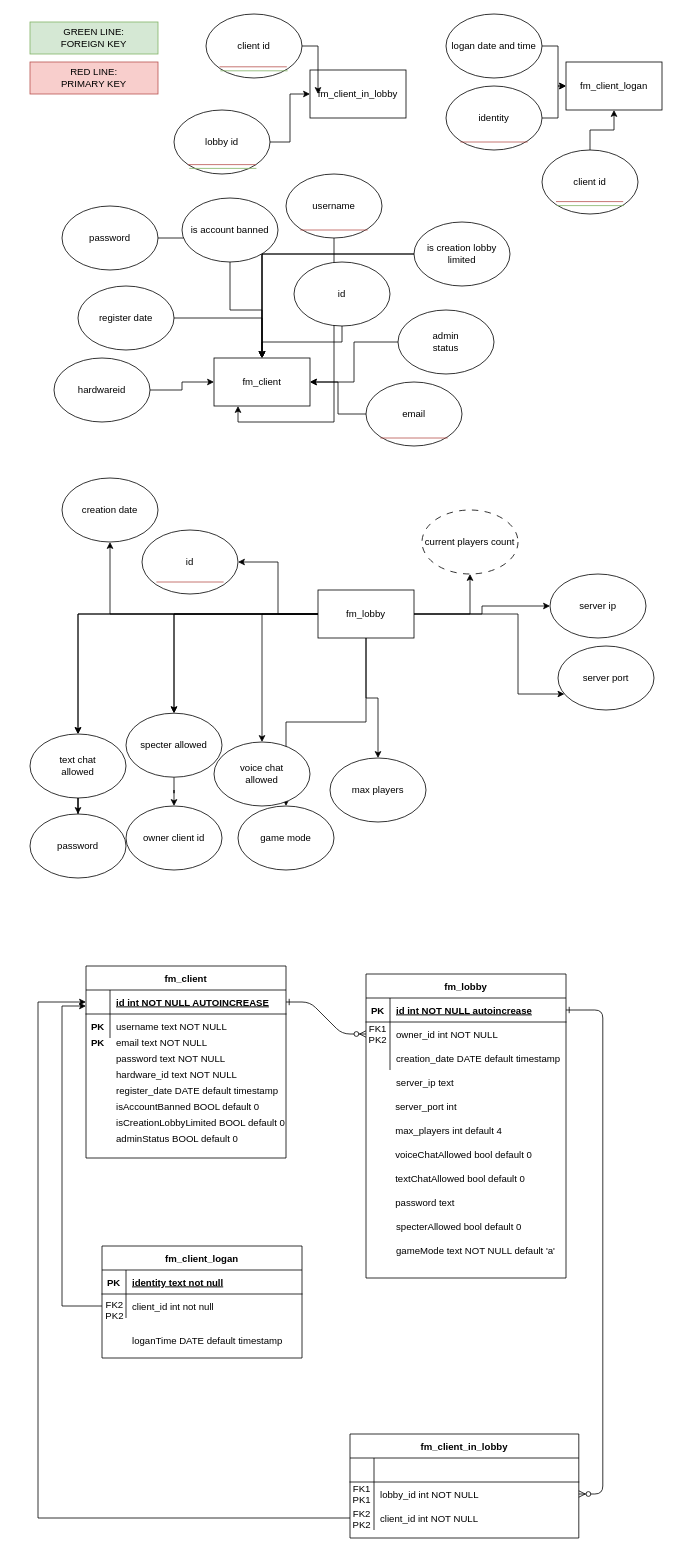
Before: docs/database/server/server-database.drawio in turnaduw/fluffyMultiplayer, a draw.io diagram. Source tidied: cells renumbered, new cells numbered last; positions are measured from the earlier drawing's top-left corner, leaving out a move shared by most shapes. Both pictures are drawn from the tidied source at 80%, with x=0, y=0 at pixel (30, 14).
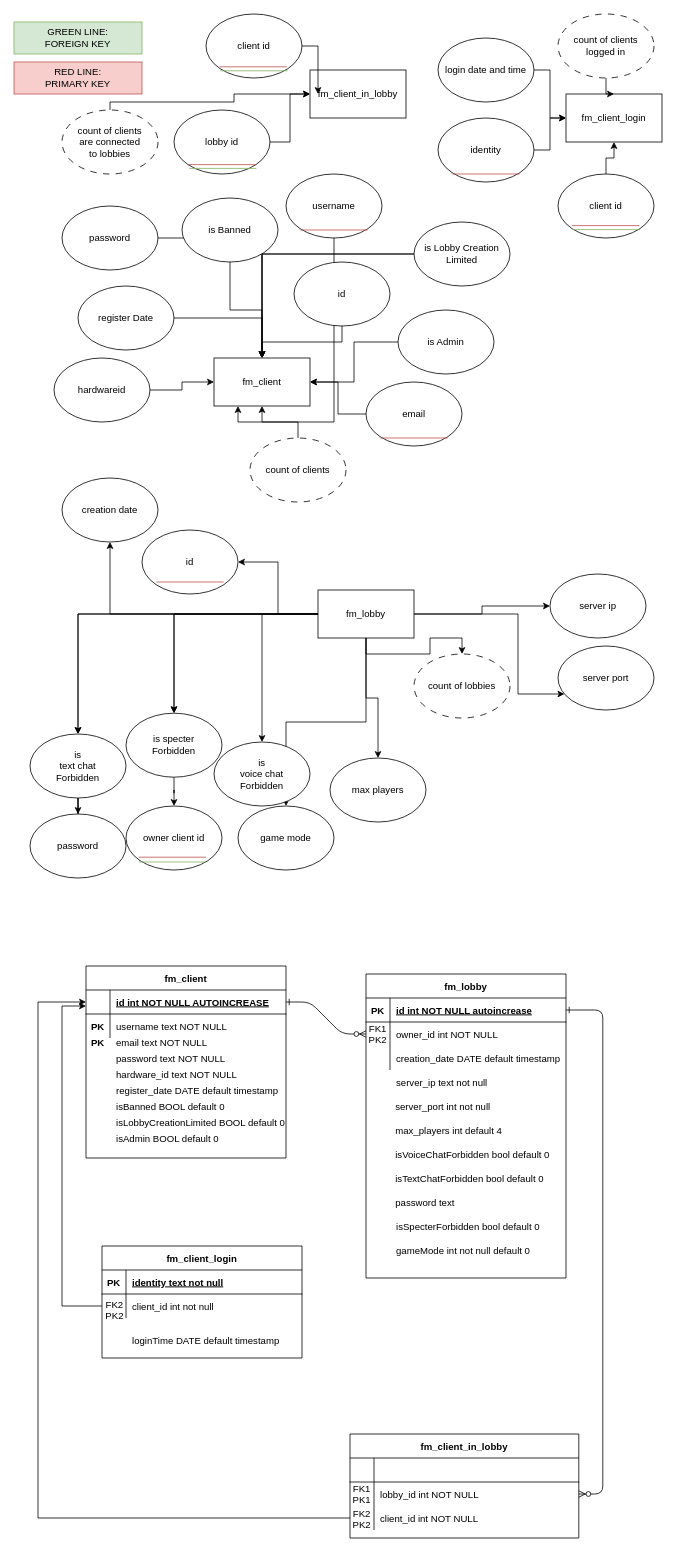
Above is the later version.

Commit message (it also covers changes not shown here):
database docs and a bit of code database are updated.

The change refers to these unchanged cells:
```xml
<mxCell id="4" value="fm_client_in_lobby" style="rounded=0;whiteSpace=wrap;html=1;" parent="1" vertex="1">
  <mxGeometry x="350" y="70" width="120" height="60" as="geometry" />
</mxCell>
<mxCell id="28" value="fm_lobby" style="rounded=0;whiteSpace=wrap;html=1;" parent="1" vertex="1">
  <mxGeometry x="360" y="720" width="120" height="60" as="geometry" />
</mxCell>
<mxCell id="50" value="fm_client" style="rounded=0;whiteSpace=wrap;html=1;" parent="1" vertex="1">
  <mxGeometry x="230" y="430" width="120" height="60" as="geometry" />
</mxCell>
```

The edit, as a diff of the source:
```diff
@@
-    <mxCell id="10" value="register date" style="ellipse;whiteSpace=wrap;html=1;" parent="1" vertex="1">
+    <mxCell id="10" value="register Date" style="ellipse;whiteSpace=wrap;html=1;" parent="1" vertex="1">
       <mxGeometry x="60" y="340" width="120" height="80" as="geometry" />
     </mxCell>
@@
     <mxCell id="12" value="identity" style="ellipse;whiteSpace=wrap;html=1;" parent="1" vertex="1">
-      <mxGeometry x="520" y="90" width="120" height="80" as="geometry" />
+      <mxGeometry x="510" y="130" width="120" height="80" as="geometry" />
     </mxCell>
@@
-    <mxCell id="26" style="edgeStyle=orthogonalEdgeStyle;rounded=0;jettySize=auto;html=1;" parent="1" edge="1" source="28" target="38">
-      <mxGeometry relative="1" as="geometry" />
-    </mxCell>
@@
+    <mxCell id="130" style="edgeStyle=orthogonalEdgeStyle;rounded=0;jettySize=auto;html=1;" parent="1" edge="1" source="28" target="134">
+      <mxGeometry relative="1" as="geometry" />
+    </mxCell>
@@
-    <mxCell id="33" value="voice chat&lt;br&gt;allowed" style="ellipse;whiteSpace=wrap;html=1;" parent="1" vertex="1">
+    <mxCell id="33" value="is&lt;br&gt;voice chat&lt;br&gt;Forbidden" style="ellipse;whiteSpace=wrap;html=1;" parent="1" vertex="1">
       <mxGeometry x="230" y="910" width="120" height="80" as="geometry" />
     </mxCell>
@@
+    <mxCell id="131" style="edgeStyle=orthogonalEdgeStyle;rounded=0;jettySize=auto;html=1;entryX=0;entryY=0.5;entryDx=0;entryDy=0;" parent="1" edge="1" source="38" target="4">
+      <mxGeometry relative="1" as="geometry">
+        <Array as="points">
+          <mxPoint x="100" y="110" />
+          <mxPoint x="255" y="110" />
+          <mxPoint x="255" y="100" />
+        </Array>
+      </mxGeometry>
+    </mxCell>
-    <mxCell id="38" value="current players count" style="ellipse;whiteSpace=wrap;html=1;dashed=1;dashPattern=8 8;" parent="1" vertex="1">
-      <mxGeometry x="490" y="620" width="120" height="80" as="geometry" />
+    <mxCell id="38" value="count of clients&lt;br&gt;are connected&lt;br&gt;to lobbies" style="ellipse;whiteSpace=wrap;html=1;dashed=1;dashPattern=8 8;" parent="1" vertex="1">
+      <mxGeometry x="40" y="120" width="120" height="80" as="geometry" />
     </mxCell>
@@
-    <mxCell id="40" value="admin&lt;br&gt;status" style="ellipse;whiteSpace=wrap;html=1;" parent="1" vertex="1">
+    <mxCell id="40" value="is Admin" style="ellipse;whiteSpace=wrap;html=1;" parent="1" vertex="1">
       <mxGeometry x="460" y="370" width="120" height="80" as="geometry" />
     </mxCell>
@@
-    <mxCell id="42" value="is account banned" style="ellipse;whiteSpace=wrap;html=1;" parent="1" vertex="1">
+    <mxCell id="42" value="is Banned" style="ellipse;whiteSpace=wrap;html=1;" parent="1" vertex="1">
       <mxGeometry x="190" y="230" width="120" height="80" as="geometry" />
     </mxCell>
@@
-    <mxCell id="47" value="specter allowed" style="ellipse;whiteSpace=wrap;html=1;" parent="1" vertex="1">
+    <mxCell id="47" value="is specter &lt;br&gt;Forbidden" style="ellipse;whiteSpace=wrap;html=1;" parent="1" vertex="1">
       <mxGeometry x="120" y="874" width="120" height="80" as="geometry" />
     </mxCell>
@@
-    <mxCell id="49" value="text chat&lt;br&gt;allowed" style="ellipse;whiteSpace=wrap;html=1;" parent="1" vertex="1">
+    <mxCell id="49" value="is&lt;br&gt;text chat&lt;br&gt;Forbidden" style="ellipse;whiteSpace=wrap;html=1;" parent="1" vertex="1">
       <mxGeometry y="900" width="120" height="80" as="geometry" />
     </mxCell>
@@
-    <mxCell id="53" value="fm_client_logan" style="rounded=0;whiteSpace=wrap;html=1;" parent="1" vertex="1">
-      <mxGeometry x="670" y="60" width="120" height="60" as="geometry" />
+    <mxCell id="53" value="fm_client_login" style="rounded=0;whiteSpace=wrap;html=1;" parent="1" vertex="1">
+      <mxGeometry x="670" y="100" width="120" height="60" as="geometry" />
     </mxCell>
@@
     <mxCell id="55" value="client id" style="ellipse;whiteSpace=wrap;html=1;" parent="1" vertex="1">
-      <mxGeometry x="640" y="170" width="120" height="80" as="geometry" />
+      <mxGeometry x="660" y="200" width="120" height="80" as="geometry" />
     </mxCell>
@@
-    <mxCell id="57" value="logan date and time" style="ellipse;whiteSpace=wrap;html=1;" parent="1" vertex="1">
-      <mxGeometry x="520" width="120" height="80" as="geometry" />
+    <mxCell id="57" value="login date and time" style="ellipse;whiteSpace=wrap;html=1;" parent="1" vertex="1">
+      <mxGeometry x="510" y="30" width="120" height="80" as="geometry" />
     </mxCell>
@@
     <mxCell id="64" style="endArrow=none;html=1;rounded=0;exitX=0;exitY=1;exitDx=0;exitDy=0;entryX=1;entryY=1;entryDx=0;entryDy=0;fillColor=#f8cecc;strokeColor=#b85450;" parent="1" edge="1">
       <mxGeometry relative="1" as="geometry">
-        <mxPoint x="657.5" y="234.5" as="sourcePoint" />
-        <mxPoint x="741.5" y="234.5" as="targetPoint" />
+        <mxPoint x="677.5" y="264.5" as="sourcePoint" />
+        <mxPoint x="761.5" y="264.5" as="targetPoint" />
       </mxGeometry>
     </mxCell>
     <mxCell id="65" style="endArrow=none;html=1;rounded=0;exitX=0;exitY=1;exitDx=0;exitDy=0;entryX=1;entryY=1;entryDx=0;entryDy=0;fillColor=#d5e8d4;strokeColor=#82b366;" parent="1" edge="1">
       <mxGeometry relative="1" as="geometry">
-        <mxPoint x="658.5" y="239.5" as="sourcePoint" />
-        <mxPoint x="742.5" y="239.5" as="targetPoint" />
+        <mxPoint x="678.5" y="269.5" as="sourcePoint" />
+        <mxPoint x="762.5" y="269.5" as="targetPoint" />
       </mxGeometry>
     </mxCell>
     <mxCell id="66" style="endArrow=none;html=1;rounded=0;exitX=0;exitY=1;exitDx=0;exitDy=0;entryX=1;entryY=1;entryDx=0;entryDy=0;fillColor=#f8cecc;strokeColor=#b85450;" parent="1" edge="1">
       <mxGeometry relative="1" as="geometry">
-        <mxPoint x="538" y="160" as="sourcePoint" />
-        <mxPoint x="622" y="160" as="targetPoint" />
+        <mxPoint x="528" y="200" as="sourcePoint" />
+        <mxPoint x="612" y="200" as="targetPoint" />
       </mxGeometry>
     </mxCell>
@@
     <mxCell id="69" value="RED LINE:&lt;br&gt;PRIMARY KEY" style="text;html=1;strokeColor=#b85450;fillColor=#f8cecc;align=center;verticalAlign=middle;whiteSpace=wrap;rounded=0;" parent="1" vertex="1">
-      <mxGeometry y="60" width="160" height="40" as="geometry" />
+      <mxGeometry x="-20" y="60" width="160" height="40" as="geometry" />
     </mxCell>
     <mxCell id="70" value="GREEN LINE: &lt;br&gt;FOREIGN KEY" style="text;html=1;strokeColor=#82b366;fillColor=#d5e8d4;align=center;verticalAlign=middle;whiteSpace=wrap;rounded=0;" parent="1" vertex="1">
-      <mxGeometry y="10" width="160" height="40" as="geometry" />
+      <mxGeometry x="-20" y="10" width="160" height="40" as="geometry" />
     </mxCell>
-    <mxCell id="71" value="is creation lobby&lt;br&gt;limited" style="ellipse;whiteSpace=wrap;html=1;" parent="1" vertex="1">
+    <mxCell id="71" value="is Lobby Creation&lt;br&gt;Limited" style="ellipse;whiteSpace=wrap;html=1;" parent="1" vertex="1">
       <mxGeometry x="480" y="260" width="120" height="80" as="geometry" />
     </mxCell>
@@
-    <mxCell id="102" value="fm_client_logan" style="shape=table;startSize=30;childLayout=tableLayout;rowLines=0;fontStyle=1;align=center;" parent="1" vertex="1">
+    <mxCell id="102" value="fm_client_login" style="shape=table;startSize=30;childLayout=tableLayout;rowLines=0;fontStyle=1;align=center;" parent="1" vertex="1">
       <mxGeometry x="90" y="1540" width="250" height="140" as="geometry" />
     </mxCell>
@@
-    <mxCell id="114" value="isAccountBanned BOOL default 0" style="shape=partialRectangle;overflow=hidden;fillColor=none;top=0;left=0;bottom=0;right=0;align=left;spacingLeft=6;" parent="1" vertex="1">
+    <mxCell id="114" value="isBanned BOOL default 0" style="shape=partialRectangle;overflow=hidden;fillColor=none;top=0;left=0;bottom=0;right=0;align=left;spacingLeft=6;" parent="1" vertex="1">
       <mxGeometry x="100" y="1350" width="220" height="30" as="geometry" />
     </mxCell>
-    <mxCell id="115" value="isCreationLobbyLimited BOOL default 0" style="shape=partialRectangle;overflow=hidden;fillColor=none;top=0;left=0;bottom=0;right=0;align=left;spacingLeft=6;" parent="1" vertex="1">
+    <mxCell id="115" value="isLobbyCreationLimited BOOL default 0" style="shape=partialRectangle;overflow=hidden;fillColor=none;top=0;left=0;bottom=0;right=0;align=left;spacingLeft=6;" parent="1" vertex="1">
       <mxGeometry x="100" y="1370" width="220" height="30" as="geometry" />
     </mxCell>
-    <mxCell id="116" value="adminStatus BOOL default 0" style="shape=partialRectangle;overflow=hidden;fillColor=none;top=0;left=0;bottom=0;right=0;align=left;spacingLeft=6;" parent="1" vertex="1">
+    <mxCell id="116" value="isAdmin BOOL default 0" style="shape=partialRectangle;overflow=hidden;fillColor=none;top=0;left=0;bottom=0;right=0;align=left;spacingLeft=6;" parent="1" vertex="1">
       <mxGeometry x="100" y="1390" width="220" height="30" as="geometry" />
     </mxCell>
-    <mxCell id="117" value="server_ip text" style="shape=partialRectangle;overflow=hidden;fillColor=none;top=0;left=0;bottom=0;right=0;align=left;spacingLeft=6;" parent="1" vertex="1">
+    <mxCell id="117" value="server_ip text not null" style="shape=partialRectangle;overflow=hidden;fillColor=none;top=0;left=0;bottom=0;right=0;align=left;spacingLeft=6;" parent="1" vertex="1">
       <mxGeometry x="450" y="1320" width="220" height="30" as="geometry" />
     </mxCell>
-    <mxCell id="118" value="server_port int" style="shape=partialRectangle;overflow=hidden;fillColor=none;top=0;left=0;bottom=0;right=0;align=left;spacingLeft=6;" parent="1" vertex="1">
+    <mxCell id="118" value="server_port int not null" style="shape=partialRectangle;overflow=hidden;fillColor=none;top=0;left=0;bottom=0;right=0;align=left;spacingLeft=6;" parent="1" vertex="1">
       <mxGeometry x="449" y="1350" width="220" height="30" as="geometry" />
     </mxCell>
@@
-    <mxCell id="120" value="voiceChatAllowed bool default 0" style="shape=partialRectangle;overflow=hidden;fillColor=none;top=0;left=0;bottom=0;right=0;align=left;spacingLeft=6;" parent="1" vertex="1">
+    <mxCell id="120" value="isVoiceChatForbidden bool default 0" style="shape=partialRectangle;overflow=hidden;fillColor=none;top=0;left=0;bottom=0;right=0;align=left;spacingLeft=6;" parent="1" vertex="1">
       <mxGeometry x="449" y="1410" width="220" height="30" as="geometry" />
     </mxCell>
-    <mxCell id="121" value="textChatAllowed bool default 0" style="shape=partialRectangle;overflow=hidden;fillColor=none;top=0;left=0;bottom=0;right=0;align=left;spacingLeft=6;" parent="1" vertex="1">
+    <mxCell id="121" value="isTextChatForbidden bool default 0" style="shape=partialRectangle;overflow=hidden;fillColor=none;top=0;left=0;bottom=0;right=0;align=left;spacingLeft=6;" parent="1" vertex="1">
       <mxGeometry x="449" y="1440" width="220" height="30" as="geometry" />
     </mxCell>
@@
-    <mxCell id="123" value="specterAllowed bool default 0" style="shape=partialRectangle;overflow=hidden;fillColor=none;top=0;left=0;bottom=0;right=0;align=left;spacingLeft=6;" parent="1" vertex="1">
+    <mxCell id="123" value="isSpecterForbidden bool default 0" style="shape=partialRectangle;overflow=hidden;fillColor=none;top=0;left=0;bottom=0;right=0;align=left;spacingLeft=6;" parent="1" vertex="1">
       <mxGeometry x="450" y="1500" width="220" height="30" as="geometry" />
     </mxCell>
-    <mxCell id="124" value="gameMode text NOT NULL default 'a'" style="shape=partialRectangle;overflow=hidden;fillColor=none;top=0;left=0;bottom=0;right=0;align=left;spacingLeft=6;" parent="1" vertex="1">
+    <mxCell id="124" value="gameMode int not null default 0" style="shape=partialRectangle;overflow=hidden;fillColor=none;top=0;left=0;bottom=0;right=0;align=left;spacingLeft=6;" parent="1" vertex="1">
       <mxGeometry x="450" y="1530" width="220" height="30" as="geometry" />
     </mxCell>
@@
-    <mxCell id="127" value="loganTime DATE default timestamp" style="shape=partialRectangle;overflow=hidden;fillColor=none;top=0;left=0;bottom=0;right=0;align=left;spacingLeft=6;" parent="1" vertex="1">
+    <mxCell id="127" value="loginTime DATE default timestamp" style="shape=partialRectangle;overflow=hidden;fillColor=none;top=0;left=0;bottom=0;right=0;align=left;spacingLeft=6;" parent="1" vertex="1">
       <mxGeometry x="120" y="1643" width="220" height="30" as="geometry" />
     </mxCell>
@@
+    <mxCell id="132" style="endArrow=none;html=1;rounded=0;exitX=0;exitY=1;exitDx=0;exitDy=0;entryX=1;entryY=1;entryDx=0;entryDy=0;fillColor=#d5e8d4;strokeColor=#82b366;" parent="1" edge="1">
+      <mxGeometry relative="1" as="geometry">
+        <mxPoint x="136" y="1060" as="sourcePoint" />
+        <mxPoint x="220" y="1060" as="targetPoint" />
+      </mxGeometry>
+    </mxCell>
+    <mxCell id="133" style="endArrow=none;html=1;rounded=0;exitX=0;exitY=1;exitDx=0;exitDy=0;entryX=1;entryY=1;entryDx=0;entryDy=0;fillColor=#f8cecc;strokeColor=#b85450;" parent="1" edge="1">
+      <mxGeometry relative="1" as="geometry">
+        <mxPoint x="136" y="1054" as="sourcePoint" />
+        <mxPoint x="220" y="1054" as="targetPoint" />
+      </mxGeometry>
+    </mxCell>
+    <mxCell id="134" value="count of lobbies" style="ellipse;whiteSpace=wrap;html=1;dashed=1;dashPattern=8 8;" parent="1" vertex="1">
+      <mxGeometry x="480" y="800" width="120" height="80" as="geometry" />
+    </mxCell>
+    <mxCell id="135" style="edgeStyle=orthogonalEdgeStyle;rounded=0;jettySize=auto;html=1;" parent="1" edge="1" source="136" target="50">
+      <mxGeometry relative="1" as="geometry" />
+    </mxCell>
+    <mxCell id="136" value="count of clients" style="ellipse;whiteSpace=wrap;html=1;dashed=1;dashPattern=8 8;" parent="1" vertex="1">
+      <mxGeometry x="275" y="530" width="120" height="80" as="geometry" />
+    </mxCell>
+    <mxCell id="137" style="edgeStyle=orthogonalEdgeStyle;rounded=0;jettySize=auto;html=1;" parent="1" edge="1" source="138" target="53">
+      <mxGeometry relative="1" as="geometry" />
+    </mxCell>
+    <mxCell id="138" value="count of clients&lt;br&gt;logged in" style="ellipse;whiteSpace=wrap;html=1;dashed=1;dashPattern=8 8;" parent="1" vertex="1">
+      <mxGeometry x="660" width="120" height="80" as="geometry" />
+    </mxCell>
```
